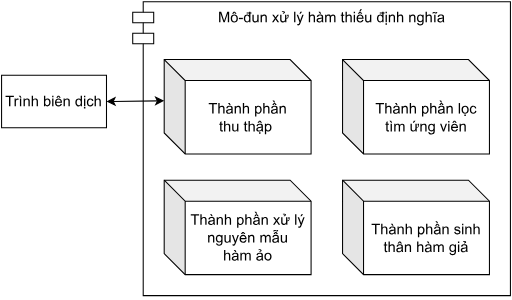
The draw.io diagram images/module-undef.svg in hanzomaster/thesis, before a commit. Source tidied: cells renumbered, new cells last; positions are measured from the earlier drawing's top-left corner, leaving out a move shared by most shapes. Source of this version:
```xml
<mxGraphModel>
  <root>
    <mxCell id="0" />
    <mxCell id="1" parent="0" />
    <mxCell id="2" value="Mô-đun xử lý hàm thiếu định nghĩa" style="shape=module;align=left;spacingLeft=20;align=center;verticalAlign=top;whiteSpace=wrap;html=1;fontSize=14;" parent="1" vertex="1">
      <mxGeometry x="125" width="360" height="280" as="geometry" />
    </mxCell>
    <mxCell id="3" style="rounded=0;jettySize=auto;html=1;entryX=1;entryY=0.5;entryDx=0;entryDy=0;startArrow=classic;startFill=1;exitX=0;exitY=0.437;exitDx=0;exitDy=0;exitPerimeter=0;" parent="1" edge="1" source="4" target="8">
      <mxGeometry relative="1" as="geometry" />
    </mxCell>
    <mxCell id="4" value="&lt;span style=&quot;font-size: 14px;&quot;&gt;Thành phần &lt;br&gt;thu thập&amp;nbsp;&lt;/span&gt;" style="shape=cube;whiteSpace=wrap;html=1;boundedLbl=1;backgroundOutline=1;darkOpacity=0.05;darkOpacity2=0.1;" parent="1" vertex="1">
      <mxGeometry x="155" y="55" width="140" height="90" as="geometry" />
    </mxCell>
    <mxCell id="5" value="&lt;span style=&quot;font-size: 14px;&quot;&gt;Thành phần lọc tìm ứng viên&lt;/span&gt;" style="shape=cube;whiteSpace=wrap;html=1;boundedLbl=1;backgroundOutline=1;darkOpacity=0.05;darkOpacity2=0.1;fontStyle=0;strokeWidth=1;" parent="1" vertex="1">
      <mxGeometry x="325" y="55" width="140" height="90" as="geometry" />
    </mxCell>
    <mxCell id="6" value="&lt;span style=&quot;font-size: 14px; font-weight: normal;&quot;&gt;Thành phần sinh thân hàm giả&lt;/span&gt;" style="shape=cube;whiteSpace=wrap;html=1;boundedLbl=1;backgroundOutline=1;darkOpacity=0.05;darkOpacity2=0.1;strokeWidth=1;fontStyle=1;" parent="1" vertex="1">
      <mxGeometry x="325" y="170" width="140" height="90" as="geometry" />
    </mxCell>
    <mxCell id="7" value="&lt;span style=&quot;font-size: 14px; font-weight: normal;&quot;&gt;Thành phần xử lý nguyên mẫu &lt;br&gt;hàm ảo&lt;/span&gt;" style="shape=cube;whiteSpace=wrap;html=1;boundedLbl=1;backgroundOutline=1;darkOpacity=0.05;darkOpacity2=0.1;strokeWidth=1;fontStyle=1;" parent="1" vertex="1">
      <mxGeometry x="155" y="170" width="140" height="90" as="geometry" />
    </mxCell>
    <mxCell id="8" value="&lt;font style=&quot;font-size: 14px;&quot;&gt;Trình biên dịch&lt;/font&gt;" style="html=1;dashed=0;whiteSpace=wrap;" parent="1" vertex="1">
      <mxGeometry y="70" width="100" height="50" as="geometry" />
    </mxCell>
  </root>
</mxGraphModel>
```
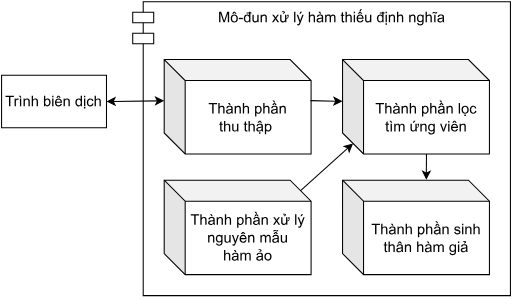
Above is the later version.

The edit, as a diff of the source:
```diff
@@ -23,5 +23,16 @@
     <mxCell id="8" value="&lt;font style=&quot;font-size: 14px;&quot;&gt;Trình biên dịch&lt;/font&gt;" style="html=1;dashed=0;whiteSpace=wrap;" parent="1" vertex="1">
       <mxGeometry y="70" width="100" height="50" as="geometry" />
     </mxCell>
+    <mxCell id="9" style="rounded=0;jettySize=auto;html=1;exitX=0.996;exitY=0.435;exitDx=0;exitDy=0;exitPerimeter=0;entryX=-0.005;entryY=0.493;entryDx=0;entryDy=0;entryPerimeter=0;" parent="1" edge="1" source="4">
+      <mxGeometry relative="1" as="geometry">
+        <mxPoint x="325" y="94.8" as="targetPoint" />
+      </mxGeometry>
+    </mxCell>
+    <mxCell id="10" style="rounded=0;jettySize=auto;html=1;exitX=0;exitY=0;exitDx=130;exitDy=10;exitPerimeter=0;entryX=0;entryY=0;entryDx=10;entryDy=80;entryPerimeter=0;" parent="1" edge="1" source="7" target="5">
+      <mxGeometry relative="1" as="geometry" />
+    </mxCell>
+    <mxCell id="11" style="rounded=0;jettySize=auto;html=1;exitX=0;exitY=0;exitDx=80;exitDy=90;exitPerimeter=0;entryX=0.57;entryY=-0.004;entryDx=0;entryDy=0;entryPerimeter=0;" parent="1" edge="1" source="5" target="6">
+      <mxGeometry relative="1" as="geometry" />
+    </mxCell>
   </root>
 </mxGraphModel>
```
